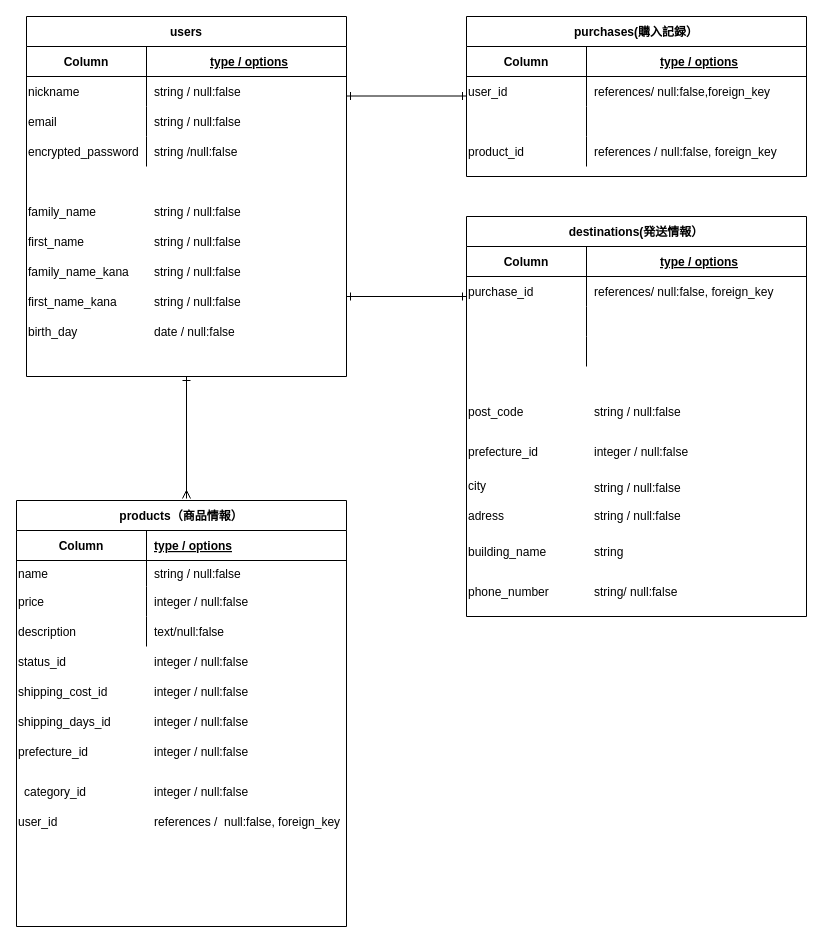
Before: frima.dio in itosyo-takumi/furima-37236, a draw.io diagram. Source tidied: cells renumbered, new cells numbered last; positions are measured from the earlier drawing's top-left corner, leaving out a move shared by most shapes. Both pictures are drawn from the tidied source at 100%, with x=0, y=0 at pixel (16, 16).
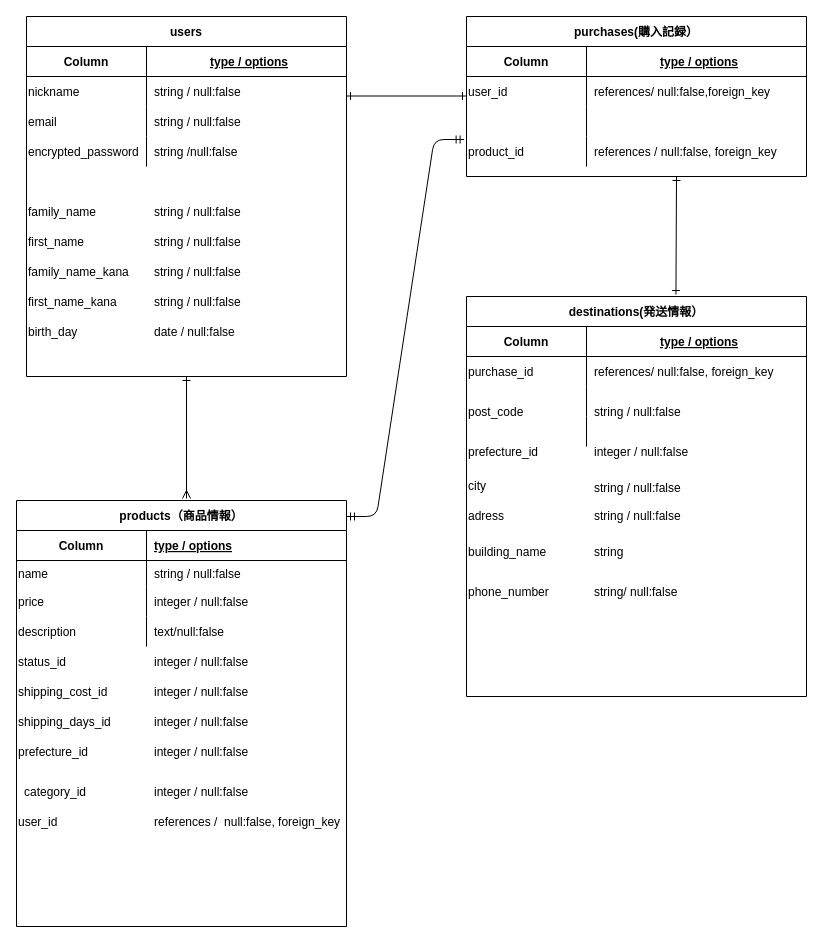
Above is the later version.

Unchanged cells that the change refers to:
```xml
<mxCell id="36" style="shape=partialRectangle;fillColor=none;top=0;left=0;bottom=0;right=0;points=[[0,0.5],[1,0.5]];portConstraint=eastwest;" parent="26" vertex="1">
  <mxGeometry y="120" width="340" height="30" as="geometry" />
</mxCell>
```

Change to the diagram source:
```diff
@@
     <mxCell id="39" value="destinations(発送情報）" style="shape=table;startSize=30;childLayout=tableLayout;rowLines=0;fontStyle=1;align=center;" parent="1" vertex="1">
-      <mxGeometry x="450" y="200" width="340" height="400" as="geometry" />
+      <mxGeometry x="450" y="280" width="340" height="400" as="geometry" />
     </mxCell>
@@
-    <mxCell id="65" style="edgeStyle=none;html=1;exitX=1;exitY=0.5;exitDx=0;exitDy=0;entryX=0;entryY=0.5;entryDx=0;entryDy=0;startArrow=ERone;startFill=0;endArrow=ERone;endFill=0;" parent="1" edge="1">
-      <mxGeometry relative="1" as="geometry">
-        <mxPoint x="330" y="280" as="sourcePoint" />
-        <mxPoint x="450" y="280" as="targetPoint" />
-      </mxGeometry>
-    </mxCell>
@@
+    <mxCell id="92" style="edgeStyle=entityRelationEdgeStyle;fontSize=12;html=1;endArrow=ERmandOne;startArrow=ERmandOne;entryX=-0.007;entryY=0.1;entryDx=0;entryDy=0;entryPerimeter=0;" parent="1" edge="1" target="36">
+      <mxGeometry relative="1" as="geometry">
+        <mxPoint x="330" y="500" as="sourcePoint" />
+      </mxGeometry>
+    </mxCell>
+    <mxCell id="93" style="edgeStyle=none;html=1;exitX=0.616;exitY=-0.005;exitDx=0;exitDy=0;startArrow=ERone;startFill=0;endArrow=ERone;endFill=0;exitPerimeter=0;" parent="1" edge="1" source="39">
+      <mxGeometry relative="1" as="geometry">
+        <mxPoint x="660" y="160" as="targetPoint" />
+      </mxGeometry>
+    </mxCell>
```
